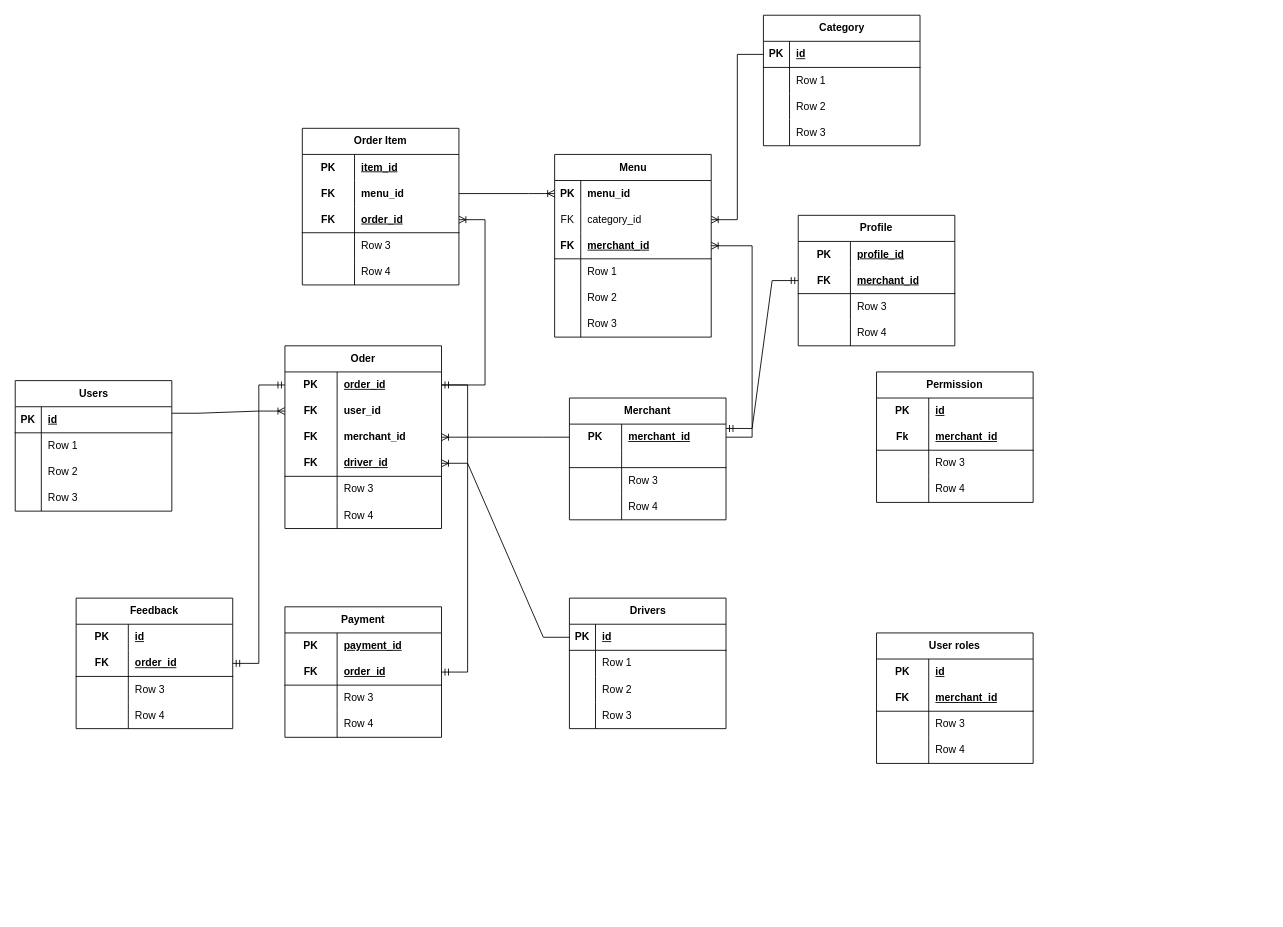
Above: server/src/diagram/Untitled Diagram.drawio in Henri280100/My-Order-App (draw.io), before the change. Source tidied: cells renumbered, new cells numbered last; positions are measured from the earlier drawing's top-left corner, leaving out a move shared by most shapes. Both pictures are drawn from the tidied source at 87%, with x=0, y=0 at pixel (15, -20).
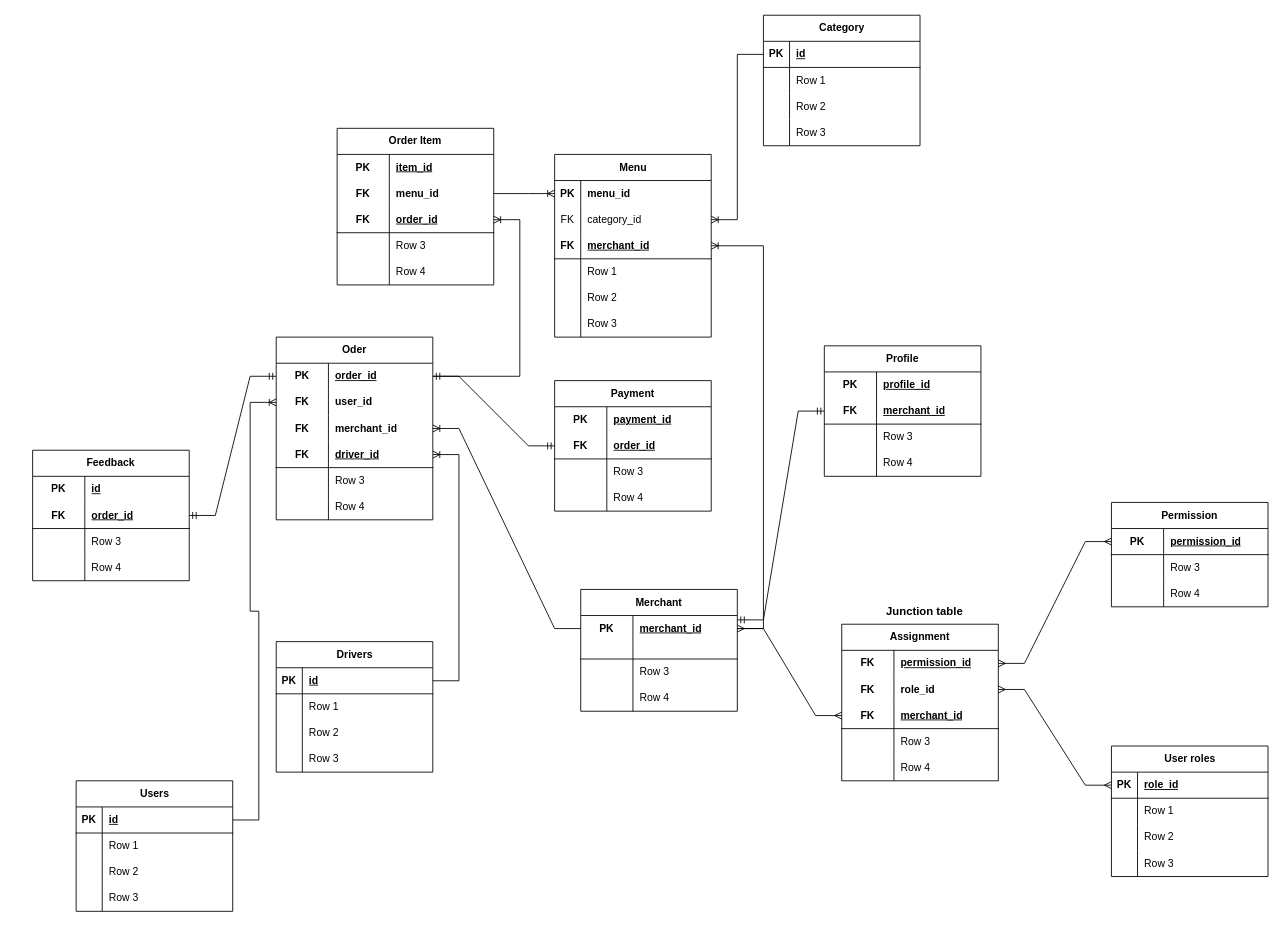
The same diagram, later.

Unchanged cells that the change refers to:
```xml
<mxCell id="3" style="shape=tableRow;horizontal=0;startSize=0;swimlaneHead=0;swimlaneBody=0;fillColor=none;points=[[0,0.5],[1,0.5]];portConstraint=eastwest;top=0;left=0;right=0;bottom=0;html=1;" parent="2" vertex="1">
  <mxGeometry y="30" width="180" height="30" as="geometry" />
</mxCell>
<mxCell id="66" style="shape=tableRow;horizontal=0;startSize=0;swimlaneHead=0;swimlaneBody=0;fillColor=none;points=[[0,0.5],[1,0.5]];portConstraint=eastwest;top=0;left=0;right=0;bottom=0;html=1;" parent="65" vertex="1">
  <mxGeometry y="30" width="180" height="30" as="geometry" />
</mxCell>
<mxCell id="69" style="shape=tableRow;horizontal=0;startSize=0;swimlaneHead=0;swimlaneBody=0;fillColor=none;points=[[0,0.5],[1,0.5]];portConstraint=eastwest;top=0;left=0;right=0;bottom=0;" parent="65" vertex="1">
  <mxGeometry y="60" width="180" height="30" as="geometry" />
</mxCell>
<mxCell id="75" style="shape=tableRow;horizontal=0;startSize=0;swimlaneHead=0;swimlaneBody=0;fillColor=none;points=[[0,0.5],[1,0.5]];portConstraint=eastwest;top=0;left=0;right=0;bottom=1;html=1;" parent="65" vertex="1">
  <mxGeometry y="120" width="180" height="30" as="geometry" />
</mxCell>
<mxCell id="102" style="shape=tableRow;horizontal=0;startSize=0;swimlaneHead=0;swimlaneBody=0;fillColor=none;points=[[0,0.5],[1,0.5]];portConstraint=eastwest;top=0;left=0;right=0;bottom=1;" parent="101" vertex="1">
  <mxGeometry y="30" width="180" height="30" as="geometry" />
</mxCell>
<mxCell id="119" style="shape=tableRow;horizontal=0;startSize=0;swimlaneHead=0;swimlaneBody=0;fillColor=none;points=[[0,0.5],[1,0.5]];portConstraint=eastwest;top=0;left=0;right=0;bottom=1;html=1;" parent="115" vertex="1">
  <mxGeometry y="60" width="180" height="30" as="geometry" />
</mxCell>
<mxCell id="144" style="shape=tableRow;horizontal=0;startSize=0;swimlaneHead=0;swimlaneBody=0;fillColor=none;points=[[0,0.5],[1,0.5]];portConstraint=eastwest;top=0;left=0;right=0;bottom=1;" parent="143" vertex="1">
  <mxGeometry y="30" width="180" height="30" as="geometry" />
</mxCell>
```

The edit, as a diff of the source:
```diff
@@
     <mxCell id="2" value="Merchant" style="shape=table;startSize=30;childLayout=tableLayout;rowLines=0;fontStyle=1;align=center;html=1;whiteSpace=wrap;" parent="1" vertex="1">
-      <mxGeometry x="637" y="480" width="180" height="140" as="geometry" />
+      <mxGeometry x="650" y="700" width="180" height="140" as="geometry" />
     </mxCell>
@@
     <mxCell id="34" value="Profile" style="shape=table;startSize=30;childLayout=tableLayout;rowLines=0;fontStyle=1;align=center;html=1;whiteSpace=wrap;" parent="1" vertex="1">
-      <mxGeometry x="900" y="270" width="180" height="150" as="geometry" />
+      <mxGeometry x="930" y="420" width="180" height="150" as="geometry" />
     </mxCell>
@@
     <mxCell id="49" value="Order Item" style="shape=table;startSize=30;childLayout=tableLayout;rowLines=0;fontStyle=1;align=center;html=1;whiteSpace=wrap;" parent="1" vertex="1">
-      <mxGeometry x="330" y="170" width="180" height="180" as="geometry" />
+      <mxGeometry x="370" y="170" width="180" height="180" as="geometry" />
     </mxCell>
@@
     <mxCell id="65" value="Oder" style="shape=table;startSize=30;childLayout=tableLayout;rowLines=0;fontStyle=1;align=center;html=1;whiteSpace=wrap;" parent="1" vertex="1">
-      <mxGeometry x="310" y="420" width="180" height="210" as="geometry" />
+      <mxGeometry x="300" y="410" width="180" height="210" as="geometry" />
     </mxCell>
@@
     <mxCell id="101" value="Users" style="shape=table;startSize=30;childLayout=tableLayout;rowLines=0;fontStyle=1;align=center;html=1;" parent="1" vertex="1">
-      <mxGeometry y="460" width="180" height="150" as="geometry" />
+      <mxGeometry x="70" y="920" width="180" height="150" as="geometry" />
     </mxCell>
@@
-    <mxCell id="114" style="edgeStyle=entityRelationEdgeStyle;fontSize=12;html=1;endArrow=ERoneToMany;rounded=0;entryX=0;entryY=0.5;entryDx=0;entryDy=0;exitX=1;exitY=0.25;exitDx=0;exitDy=0;" parent="1" edge="1" source="101" target="69">
+    <mxCell id="114" style="edgeStyle=entityRelationEdgeStyle;fontSize=12;html=1;endArrow=ERoneToMany;rounded=0;entryX=0;entryY=0.5;entryDx=0;entryDy=0;exitX=1;exitY=0.5;exitDx=0;exitDy=0;" parent="1" edge="1" source="102" target="69">
       <mxGeometry relative="1" as="geometry">
         <Array as="points">
           <mxPoint x="290" />
           <mxPoint x="250" />
         </Array>
       </mxGeometry>
     </mxCell>
     <mxCell id="115" value="Payment" style="shape=table;startSize=30;childLayout=tableLayout;rowLines=0;fontStyle=1;align=center;html=1;whiteSpace=wrap;" parent="1" vertex="1">
-      <mxGeometry x="310" y="720" width="180" height="150" as="geometry" />
+      <mxGeometry x="620" y="460" width="180" height="150" as="geometry" />
     </mxCell>
@@
-    <mxCell id="128" style="edgeStyle=entityRelationEdgeStyle;fontSize=12;html=1;endArrow=ERmandOne;startArrow=ERmandOne;rounded=0;entryX=1;entryY=0.5;entryDx=0;entryDy=0;exitX=1;exitY=0.5;exitDx=0;exitDy=0;" parent="1" edge="1" source="119" target="66">
+    <mxCell id="128" style="edgeStyle=entityRelationEdgeStyle;fontSize=12;html=1;endArrow=ERmandOne;startArrow=ERmandOne;rounded=0;entryX=1;entryY=0.5;entryDx=0;entryDy=0;exitX=0;exitY=0.5;exitDx=0;exitDy=0;" parent="1" edge="1" source="115" target="66">
       <mxGeometry relative="1" as="geometry" />
     </mxCell>
     <mxCell id="129" value="Feedback" style="shape=table;startSize=30;childLayout=tableLayout;rowLines=0;fontStyle=1;align=center;html=1;whiteSpace=wrap;" parent="1" vertex="1">
-      <mxGeometry x="70" y="710" width="180" height="150" as="geometry" />
+      <mxGeometry x="20" y="540" width="180" height="150" as="geometry" />
     </mxCell>
@@
     <mxCell id="143" value="Drivers" style="shape=table;startSize=30;childLayout=tableLayout;rowLines=0;fontStyle=1;align=center;html=1;" parent="1" vertex="1">
-      <mxGeometry x="637" y="710" width="180" height="150" as="geometry" />
+      <mxGeometry x="300" y="760" width="180" height="150" as="geometry" />
     </mxCell>
@@
-    <mxCell id="156" style="edgeStyle=entityRelationEdgeStyle;fontSize=12;html=1;endArrow=ERoneToMany;rounded=0;exitX=0;exitY=0.5;exitDx=0;exitDy=0;entryX=1;entryY=0.5;entryDx=0;entryDy=0;" parent="1" edge="1" source="144" target="75">
+    <mxCell id="156" style="edgeStyle=entityRelationEdgeStyle;fontSize=12;html=1;endArrow=ERoneToMany;rounded=0;exitX=1;exitY=0.5;exitDx=0;exitDy=0;entryX=1;entryY=0.5;entryDx=0;entryDy=0;" parent="1" edge="1" source="144" target="75">
       <mxGeometry relative="1" as="geometry" />
     </mxCell>
-    <mxCell id="157" value="User roles" style="shape=table;startSize=30;childLayout=tableLayout;rowLines=0;fontStyle=1;align=center;html=1;whiteSpace=wrap;" parent="1" vertex="1">
-      <mxGeometry x="990" y="750" width="180" height="150" as="geometry" />
-    </mxCell>
-    <mxCell id="158" style="shape=tableRow;horizontal=0;startSize=0;swimlaneHead=0;swimlaneBody=0;fillColor=none;top=0;left=0;right=0;bottom=0;html=1;" parent="157" vertex="1">
-      <mxGeometry y="30" width="180" height="30" as="geometry" />
-    </mxCell>
-    <mxCell id="159" value="PK" style="shape=partialRectangle;fillColor=none;top=0;left=0;bottom=0;right=0;fontStyle=1;overflow=hidden;html=1;whiteSpace=wrap;" parent="158" vertex="1">
-      <mxGeometry width="60" height="30" as="geometry" />
-    </mxCell>
-    <mxCell id="160" value="id" style="shape=partialRectangle;fillColor=none;top=0;left=0;bottom=0;right=0;align=left;spacingLeft=6;fontStyle=5;overflow=hidden;html=1;whiteSpace=wrap;" parent="158" vertex="1">
-      <mxGeometry x="60" width="120" height="30" as="geometry" />
-    </mxCell>
-    <mxCell id="161" style="shape=tableRow;horizontal=0;startSize=0;swimlaneHead=0;swimlaneBody=0;fillColor=none;top=0;left=0;right=0;bottom=1;html=1;" parent="157" vertex="1">
-      <mxGeometry y="60" width="180" height="30" as="geometry" />
-    </mxCell>
-    <mxCell id="162" value="FK" style="shape=partialRectangle;fillColor=none;top=0;left=0;bottom=0;right=0;fontStyle=1;overflow=hidden;html=1;whiteSpace=wrap;" parent="161" vertex="1">
-      <mxGeometry width="60" height="30" as="geometry" />
-    </mxCell>
-    <mxCell id="163" value="merchant_id" style="shape=partialRectangle;fillColor=none;top=0;left=0;bottom=0;right=0;align=left;spacingLeft=6;fontStyle=5;overflow=hidden;html=1;whiteSpace=wrap;" parent="161" vertex="1">
-      <mxGeometry x="60" width="120" height="30" as="geometry" />
-    </mxCell>
-    <mxCell id="164" style="shape=tableRow;horizontal=0;startSize=0;swimlaneHead=0;swimlaneBody=0;fillColor=none;top=0;left=0;right=0;bottom=0;html=1;" parent="157" vertex="1">
-      <mxGeometry y="90" width="180" height="30" as="geometry" />
-    </mxCell>
-    <mxCell id="165" style="shape=partialRectangle;fillColor=none;top=0;left=0;bottom=0;right=0;overflow=hidden;html=1;whiteSpace=wrap;" parent="164" vertex="1">
-      <mxGeometry width="60" height="30" as="geometry" />
-    </mxCell>
-    <mxCell id="166" value="Row 3" style="shape=partialRectangle;fillColor=none;top=0;left=0;bottom=0;right=0;align=left;spacingLeft=6;overflow=hidden;html=1;whiteSpace=wrap;" parent="164" vertex="1">
-      <mxGeometry x="60" width="120" height="30" as="geometry" />
-    </mxCell>
-    <mxCell id="167" style="shape=tableRow;horizontal=0;startSize=0;swimlaneHead=0;swimlaneBody=0;fillColor=none;top=0;left=0;right=0;bottom=0;html=1;" parent="157" vertex="1">
-      <mxGeometry y="120" width="180" height="30" as="geometry" />
-    </mxCell>
-    <mxCell id="168" style="shape=partialRectangle;fillColor=none;top=0;left=0;bottom=0;right=0;overflow=hidden;html=1;whiteSpace=wrap;" parent="167" vertex="1">
-      <mxGeometry width="60" height="30" as="geometry" />
-    </mxCell>
-    <mxCell id="169" value="Row 4" style="shape=partialRectangle;fillColor=none;top=0;left=0;bottom=0;right=0;align=left;spacingLeft=6;overflow=hidden;html=1;whiteSpace=wrap;" parent="167" vertex="1">
-      <mxGeometry x="60" width="120" height="30" as="geometry" />
-    </mxCell>
     <mxCell id="170" value="Permission" style="shape=table;startSize=30;childLayout=tableLayout;rowLines=0;fontStyle=1;align=center;html=1;whiteSpace=wrap;" parent="1" vertex="1">
-      <mxGeometry x="990" y="450" width="180" height="150" as="geometry" />
+      <mxGeometry x="1260" y="600" width="180" height="120" as="geometry" />
     </mxCell>
-    <mxCell id="171" style="shape=tableRow;horizontal=0;startSize=0;swimlaneHead=0;swimlaneBody=0;fillColor=none;top=0;left=0;right=0;bottom=0;html=1;" parent="170" vertex="1">
-      <mxGeometry y="30" width="180" height="30" as="geometry" />
-    </mxCell>
-    <mxCell id="172" value="PK" style="shape=partialRectangle;fillColor=none;top=0;left=0;bottom=0;right=0;fontStyle=1;overflow=hidden;html=1;whiteSpace=wrap;" parent="171" vertex="1">
-      <mxGeometry width="60" height="30" as="geometry" />
-    </mxCell>
-    <mxCell id="173" value="id" style="shape=partialRectangle;fillColor=none;top=0;left=0;bottom=0;right=0;align=left;spacingLeft=6;fontStyle=5;overflow=hidden;html=1;whiteSpace=wrap;" parent="171" vertex="1">
-      <mxGeometry x="60" width="120" height="30" as="geometry" />
-    </mxCell>
-    <mxCell id="174" style="shape=tableRow;horizontal=0;startSize=0;swimlaneHead=0;swimlaneBody=0;fillColor=none;top=0;left=0;right=0;bottom=1;html=1;" parent="170" vertex="1">
-      <mxGeometry y="60" width="180" height="30" as="geometry" />
-    </mxCell>
-    <mxCell id="175" value="Fk" style="shape=partialRectangle;fillColor=none;top=0;left=0;bottom=0;right=0;fontStyle=1;overflow=hidden;html=1;whiteSpace=wrap;" parent="174" vertex="1">
-      <mxGeometry width="60" height="30" as="geometry" />
-    </mxCell>
-    <mxCell id="176" value="merchant_id" style="shape=partialRectangle;fillColor=none;top=0;left=0;bottom=0;right=0;align=left;spacingLeft=6;fontStyle=5;overflow=hidden;html=1;whiteSpace=wrap;" parent="174" vertex="1">
-      <mxGeometry x="60" width="120" height="30" as="geometry" />
-    </mxCell>
+    <mxCell id="183" style="shape=tableRow;horizontal=0;startSize=0;swimlaneHead=0;swimlaneBody=0;fillColor=none;points=[[0,0.5],[1,0.5]];portConstraint=eastwest;top=0;left=0;right=0;bottom=1;" parent="170" vertex="1">
+      <mxGeometry y="30" width="180" height="30" as="geometry" />
+    </mxCell>
+    <mxCell id="184" value="PK" style="shape=partialRectangle;fillColor=none;top=0;left=0;bottom=0;right=0;fontStyle=1;overflow=hidden;whiteSpace=wrap;html=1;" parent="183" vertex="1">
+      <mxGeometry width="60" height="30" as="geometry" />
+    </mxCell>
+    <mxCell id="185" value="permission_id" style="shape=partialRectangle;fillColor=none;top=0;left=0;bottom=0;right=0;align=left;spacingLeft=6;fontStyle=5;overflow=hidden;whiteSpace=wrap;html=1;" parent="183" vertex="1">
+      <mxGeometry x="60" width="120" height="30" as="geometry" />
+    </mxCell>
     <mxCell id="177" style="shape=tableRow;horizontal=0;startSize=0;swimlaneHead=0;swimlaneBody=0;fillColor=none;top=0;left=0;right=0;bottom=0;html=1;" parent="170" vertex="1">
-      <mxGeometry y="90" width="180" height="30" as="geometry" />
+      <mxGeometry y="60" width="180" height="30" as="geometry" />
     </mxCell>
@@
     <mxCell id="180" style="shape=tableRow;horizontal=0;startSize=0;swimlaneHead=0;swimlaneBody=0;fillColor=none;top=0;left=0;right=0;bottom=0;html=1;" parent="170" vertex="1">
-      <mxGeometry y="120" width="180" height="30" as="geometry" />
+      <mxGeometry y="90" width="180" height="30" as="geometry" />
     </mxCell>
@@
+    <mxCell id="157" value="User roles" style="shape=table;startSize=30;childLayout=tableLayout;rowLines=0;fontStyle=1;align=center;html=1;" parent="1" vertex="1">
+      <mxGeometry x="1260" y="880" width="180" height="150" as="geometry" />
+    </mxCell>
+    <mxCell id="186" style="shape=tableRow;horizontal=0;startSize=0;swimlaneHead=0;swimlaneBody=0;fillColor=none;points=[[0,0.5],[1,0.5]];portConstraint=eastwest;top=0;left=0;right=0;bottom=1;" parent="157" vertex="1">
+      <mxGeometry y="30" width="180" height="30" as="geometry" />
+    </mxCell>
+    <mxCell id="187" value="PK" style="shape=partialRectangle;fillColor=none;top=0;left=0;bottom=0;right=0;fontStyle=1;overflow=hidden;whiteSpace=wrap;html=1;" parent="186" vertex="1">
+      <mxGeometry width="30" height="30" as="geometry" />
+    </mxCell>
+    <mxCell id="188" value="role_id" style="shape=partialRectangle;fillColor=none;top=0;left=0;bottom=0;right=0;align=left;spacingLeft=6;fontStyle=5;overflow=hidden;whiteSpace=wrap;html=1;" parent="186" vertex="1">
+      <mxGeometry x="30" width="150" height="30" as="geometry" />
+    </mxCell>
+    <mxCell id="189" style="shape=tableRow;horizontal=0;startSize=0;swimlaneHead=0;swimlaneBody=0;fillColor=none;top=0;left=0;right=0;bottom=0;" parent="157" vertex="1">
+      <mxGeometry y="60" width="180" height="30" as="geometry" />
+    </mxCell>
+    <mxCell id="190" style="shape=partialRectangle;fillColor=none;top=0;left=0;bottom=0;right=0;overflow=hidden;whiteSpace=wrap;html=1;" parent="189" vertex="1">
+      <mxGeometry width="30" height="30" as="geometry" />
+    </mxCell>
+    <mxCell id="191" value="Row 1" style="shape=partialRectangle;fillColor=none;top=0;left=0;bottom=0;right=0;align=left;spacingLeft=6;overflow=hidden;whiteSpace=wrap;html=1;" parent="189" vertex="1">
+      <mxGeometry x="30" width="150" height="30" as="geometry" />
+    </mxCell>
+    <mxCell id="192" style="shape=tableRow;horizontal=0;startSize=0;swimlaneHead=0;swimlaneBody=0;fillColor=none;top=0;left=0;right=0;bottom=0;" parent="157" vertex="1">
+      <mxGeometry y="90" width="180" height="30" as="geometry" />
+    </mxCell>
+    <mxCell id="193" style="shape=partialRectangle;fillColor=none;top=0;left=0;bottom=0;right=0;overflow=hidden;whiteSpace=wrap;html=1;" parent="192" vertex="1">
+      <mxGeometry width="30" height="30" as="geometry" />
+    </mxCell>
+    <mxCell id="194" value="Row 2" style="shape=partialRectangle;fillColor=none;top=0;left=0;bottom=0;right=0;align=left;spacingLeft=6;overflow=hidden;whiteSpace=wrap;html=1;" parent="192" vertex="1">
+      <mxGeometry x="30" width="150" height="30" as="geometry" />
+    </mxCell>
+    <mxCell id="195" style="shape=tableRow;horizontal=0;startSize=0;swimlaneHead=0;swimlaneBody=0;fillColor=none;top=0;left=0;right=0;bottom=0;" parent="157" vertex="1">
+      <mxGeometry y="120" width="180" height="30" as="geometry" />
+    </mxCell>
+    <mxCell id="196" style="shape=partialRectangle;fillColor=none;top=0;left=0;bottom=0;right=0;overflow=hidden;whiteSpace=wrap;html=1;" parent="195" vertex="1">
+      <mxGeometry width="30" height="30" as="geometry" />
+    </mxCell>
+    <mxCell id="197" value="Row 3" style="shape=partialRectangle;fillColor=none;top=0;left=0;bottom=0;right=0;align=left;spacingLeft=6;overflow=hidden;whiteSpace=wrap;html=1;" parent="195" vertex="1">
+      <mxGeometry x="30" width="150" height="30" as="geometry" />
+    </mxCell>
+    <mxCell id="198" value="Assignment " style="shape=table;startSize=30;childLayout=tableLayout;rowLines=0;fontStyle=1;align=center;html=1;whiteSpace=wrap;" parent="1" vertex="1">
+      <mxGeometry x="950" y="740" width="180" height="180" as="geometry" />
+    </mxCell>
+    <mxCell id="199" style="shape=tableRow;horizontal=0;startSize=0;swimlaneHead=0;swimlaneBody=0;fillColor=none;points=[[0,0.5],[1,0.5]];portConstraint=eastwest;top=0;left=0;right=0;bottom=0;html=1;" parent="198" vertex="1">
+      <mxGeometry y="30" width="180" height="30" as="geometry" />
+    </mxCell>
+    <mxCell id="200" value="FK" style="shape=partialRectangle;fillColor=none;top=0;left=0;bottom=0;right=0;fontStyle=1;overflow=hidden;html=1;whiteSpace=wrap;" parent="199" vertex="1">
+      <mxGeometry width="60" height="30" as="geometry" />
+    </mxCell>
+    <mxCell id="201" value="permission_id" style="shape=partialRectangle;fillColor=none;top=0;left=0;bottom=0;right=0;align=left;spacingLeft=6;fontStyle=5;overflow=hidden;html=1;whiteSpace=wrap;" parent="199" vertex="1">
+      <mxGeometry x="60" width="120" height="30" as="geometry" />
+    </mxCell>
+    <mxCell id="202" style="shape=tableRow;horizontal=0;startSize=0;swimlaneHead=0;swimlaneBody=0;fillColor=none;points=[[0,0.5],[1,0.5]];portConstraint=eastwest;top=0;left=0;right=0;bottom=0;fontStyle=1;" parent="198" vertex="1">
+      <mxGeometry y="60" width="180" height="30" as="geometry" />
+    </mxCell>
+    <mxCell id="203" value="FK" style="shape=partialRectangle;fillColor=none;top=0;left=0;bottom=0;right=0;fontStyle=1;overflow=hidden;whiteSpace=wrap;html=1;" parent="202" vertex="1">
+      <mxGeometry width="60" height="30" as="geometry" />
+    </mxCell>
+    <mxCell id="204" value="role_id" style="shape=partialRectangle;fillColor=none;top=0;left=0;bottom=0;right=0;align=left;spacingLeft=6;fontStyle=1;overflow=hidden;whiteSpace=wrap;html=1;" parent="202" vertex="1">
+      <mxGeometry x="60" width="120" height="30" as="geometry" />
+    </mxCell>
+    <mxCell id="205" style="shape=tableRow;horizontal=0;startSize=0;swimlaneHead=0;swimlaneBody=0;fillColor=none;points=[[0,0.5],[1,0.5]];portConstraint=eastwest;top=0;left=0;right=0;bottom=1;html=1;" parent="198" vertex="1">
+      <mxGeometry y="90" width="180" height="30" as="geometry" />
+    </mxCell>
+    <mxCell id="206" value="FK" style="shape=partialRectangle;fillColor=none;top=0;left=0;bottom=0;right=0;fontStyle=1;overflow=hidden;html=1;whiteSpace=wrap;" parent="205" vertex="1">
+      <mxGeometry width="60" height="30" as="geometry" />
+    </mxCell>
+    <mxCell id="207" value="merchant_id" style="shape=partialRectangle;fillColor=none;top=0;left=0;bottom=0;right=0;align=left;spacingLeft=6;fontStyle=5;overflow=hidden;html=1;whiteSpace=wrap;" parent="205" vertex="1">
+      <mxGeometry x="60" width="120" height="30" as="geometry" />
+    </mxCell>
+    <mxCell id="167" style="shape=tableRow;horizontal=0;startSize=0;swimlaneHead=0;swimlaneBody=0;fillColor=none;top=0;left=0;right=0;bottom=0;html=1;" parent="198" vertex="1">
+      <mxGeometry y="120" width="180" height="30" as="geometry" />
+    </mxCell>
+    <mxCell id="208" style="shape=partialRectangle;fillColor=none;top=0;left=0;bottom=0;right=0;overflow=hidden;html=1;whiteSpace=wrap;" parent="167" vertex="1">
+      <mxGeometry width="60" height="30" as="geometry" />
+    </mxCell>
+    <mxCell id="166" value="Row 3" style="shape=partialRectangle;fillColor=none;top=0;left=0;bottom=0;right=0;align=left;spacingLeft=6;overflow=hidden;html=1;whiteSpace=wrap;" parent="167" vertex="1">
+      <mxGeometry x="60" width="120" height="30" as="geometry" />
+    </mxCell>
+    <mxCell id="209" style="shape=tableRow;horizontal=0;startSize=0;swimlaneHead=0;swimlaneBody=0;fillColor=none;top=0;left=0;right=0;bottom=0;html=1;" parent="198" vertex="1">
+      <mxGeometry y="150" width="180" height="30" as="geometry" />
+    </mxCell>
+    <mxCell id="210" style="shape=partialRectangle;fillColor=none;top=0;left=0;bottom=0;right=0;overflow=hidden;html=1;whiteSpace=wrap;" parent="209" vertex="1">
+      <mxGeometry width="60" height="30" as="geometry" />
+    </mxCell>
+    <mxCell id="169" value="Row 4" style="shape=partialRectangle;fillColor=none;top=0;left=0;bottom=0;right=0;align=left;spacingLeft=6;overflow=hidden;html=1;whiteSpace=wrap;" parent="209" vertex="1">
+      <mxGeometry x="60" width="120" height="30" as="geometry" />
+    </mxCell>
+    <mxCell id="211" style="edgeStyle=entityRelationEdgeStyle;fontSize=12;html=1;endArrow=ERmany;startArrow=ERmany;rounded=0;exitX=1;exitY=0.5;exitDx=0;exitDy=0;entryX=0;entryY=0.5;entryDx=0;entryDy=0;" parent="1" edge="1" source="3" target="205">
+      <mxGeometry relative="1" as="geometry" />
+    </mxCell>
+    <mxCell id="212" style="edgeStyle=entityRelationEdgeStyle;fontSize=12;html=1;endArrow=ERmany;startArrow=ERmany;rounded=0;exitX=1;exitY=0.5;exitDx=0;exitDy=0;entryX=0;entryY=0.5;entryDx=0;entryDy=0;" parent="1" edge="1" source="199" target="183">
+      <mxGeometry relative="1" as="geometry" />
+    </mxCell>
+    <mxCell id="213" style="edgeStyle=entityRelationEdgeStyle;fontSize=12;html=1;endArrow=ERmany;startArrow=ERmany;rounded=0;exitX=1;exitY=0.5;exitDx=0;exitDy=0;entryX=0;entryY=0.5;entryDx=0;entryDy=0;" parent="1" edge="1" source="202" target="186">
+      <mxGeometry relative="1" as="geometry" />
+    </mxCell>
+    <mxCell id="214" value="&lt;font style=&quot;font-size: 13px;&quot;&gt;&lt;b style=&quot;font-size: 13px;&quot;&gt;Junction table&lt;/b&gt;&lt;br style=&quot;font-size: 13px;&quot;&gt;&lt;/font&gt;" style="text;html=1;align=center;verticalAlign=middle;strokeColor=none;fillColor=none;fontSize=13;" parent="1" vertex="1">
+      <mxGeometry x="990" y="710" width="110" height="30" as="geometry" />
+    </mxCell>
```
